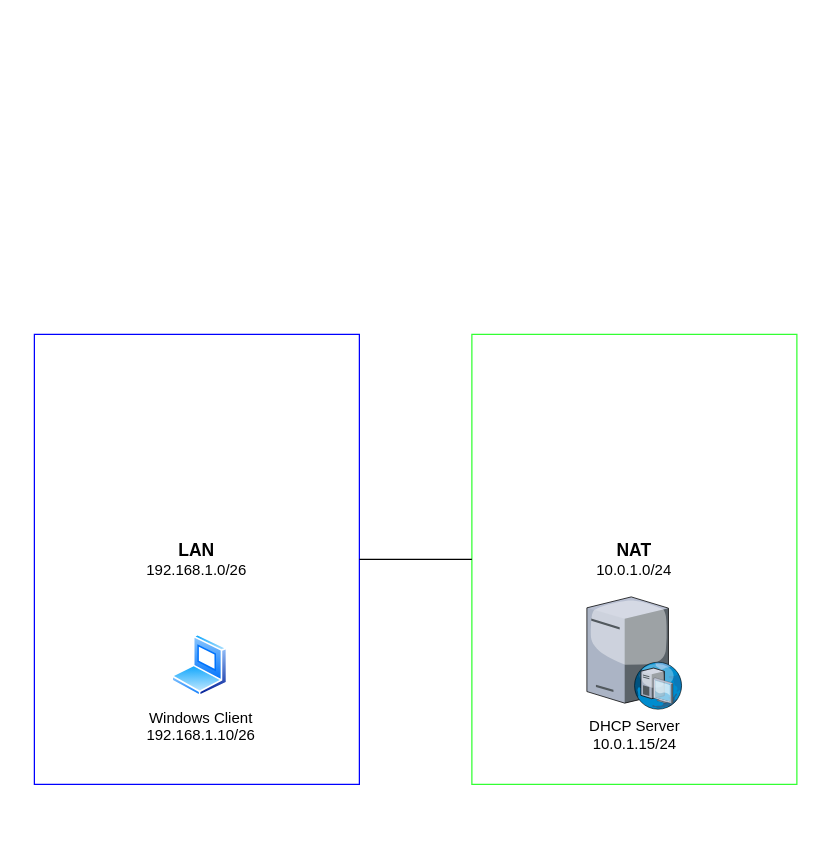
This is docs/drawio/plan.drawio from Sephley/docs, a draw.io file, before an edit. Source tidied: cells renumbered, new cells numbered last; positions are measured from the earlier drawing's top-left corner, leaving out a move shared by most shapes. Both pictures are drawn from the tidied source at 125%, with x=0, y=0 at pixel (34, 334).
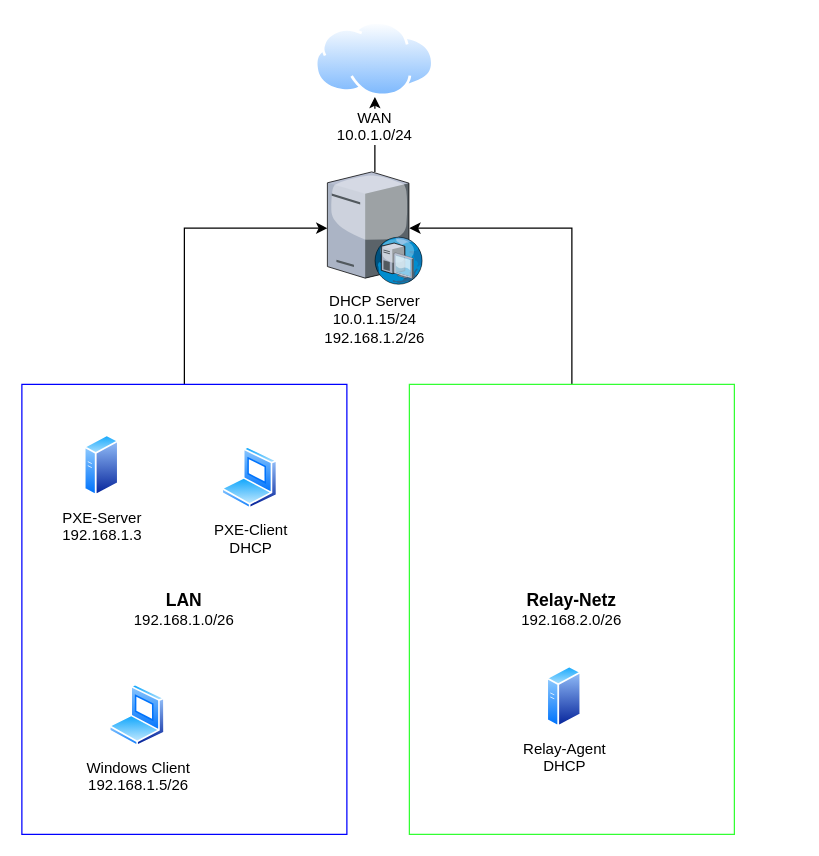
The same diagram, later.

Commit message (it also covers changes not shown here):
add gitignore and update dhcp

The edit, as a diff of the source:
```diff
@@
 <mxGraphModel>
   <root>
     <mxCell id="0" />
     <mxCell id="1" parent="0" />
-    <mxCell id="2" style="rounded=0;whiteSpace=wrap;html=1;strokeColor=none;" parent="1" vertex="1">
-      <mxGeometry width="610" height="360" as="geometry" />
-    </mxCell>
+    <mxCell id="8" style="edgeStyle=orthogonalEdgeStyle;rounded=0;jettySize=auto;html=1;" parent="1" edge="1" source="3" target="5">
+      <mxGeometry relative="1" as="geometry">
+        <Array as="points">
+          <mxPoint x="120" y="-85" />
+        </Array>
+      </mxGeometry>
+    </mxCell>
     <mxCell id="3" value="&lt;font style=&quot;font-size: 14px;&quot;&gt;&lt;b&gt;LAN&lt;/b&gt;&lt;/font&gt;&lt;div&gt;192.168.1.0/26&lt;/div&gt;" style="rounded=0;whiteSpace=wrap;html=1;strokeColor=#0000FF;fillColor=none;" parent="1" vertex="1">
-      <mxGeometry width="260" height="360" as="geometry" />
+      <mxGeometry x="-10" y="40" width="260" height="360" as="geometry" />
     </mxCell>
-    <mxCell id="4" value="&lt;b&gt;&lt;font style=&quot;font-size: 14px;&quot;&gt;NAT&lt;/font&gt;&lt;/b&gt;&lt;div&gt;10.0.1.0/24&lt;/div&gt;" style="rounded=0;whiteSpace=wrap;html=1;strokeColor=#33FF33;fillColor=none;" parent="1" vertex="1">
-      <mxGeometry x="350" width="260" height="360" as="geometry" />
-    </mxCell>
+    <mxCell id="9" style="edgeStyle=orthogonalEdgeStyle;rounded=0;jettySize=auto;html=1;" parent="1" edge="1" source="5" target="11">
+      <mxGeometry relative="1" as="geometry" />
+    </mxCell>
-    <mxCell id="5" value="DHCP Server&lt;div&gt;10.0.1.15/24&lt;/div&gt;" style="verticalLabelPosition=bottom;sketch=0;html=1;verticalAlign=top;strokeColor=none;align=center;outlineConnect=0;shape=mxgraph.citrix.dhcp_server;" parent="1" vertex="1">
-      <mxGeometry x="442" y="210" width="76" height="90" as="geometry" />
+    <mxCell id="5" value="DHCP Server&lt;div&gt;10.0.1.15/24&lt;/div&gt;&lt;div&gt;192.168.1.2/26&lt;/div&gt;" style="verticalLabelPosition=bottom;sketch=0;html=1;verticalAlign=top;strokeColor=none;align=center;outlineConnect=0;shape=mxgraph.citrix.dhcp_server;" parent="1" vertex="1">
+      <mxGeometry x="234.4" y="-130" width="76" height="90" as="geometry" />
     </mxCell>
-    <mxCell id="6" style="endArrow=none;html=1;rounded=0;exitX=1;exitY=0.5;exitDx=0;exitDy=0;entryX=0;entryY=0.5;entryDx=0;entryDy=0;" parent="1" edge="1" source="3" target="4">
-      <mxGeometry relative="1" as="geometry" />
-    </mxCell>
-    <mxCell id="7" value="Windows Client&lt;br&gt;192.168.1.10/26" style="image;perimeter=ellipsePerimeter;html=1;align=center;shadow=0;dashed=0;spacingTop=3;image=img/lib/active_directory/laptop_client.svg;" parent="1" vertex="1">
-      <mxGeometry x="110" y="240" width="45" height="50" as="geometry" />
+    <mxCell id="7" value="Windows Client&lt;br&gt;192.168.1.5/26" style="image;perimeter=ellipsePerimeter;html=1;align=center;shadow=0;dashed=0;spacingTop=3;image=img/lib/active_directory/laptop_client.svg;" parent="1" vertex="1">
+      <mxGeometry x="60" y="280" width="45" height="50" as="geometry" />
     </mxCell>
+    <mxCell id="10" value="PXE-Server&lt;div&gt;192.168.1.3&lt;/div&gt;" style="image;perimeter=ellipsePerimeter;html=1;align=center;shadow=0;dashed=0;spacingTop=3;image=img/lib/active_directory/generic_server.svg;" parent="1" vertex="1">
+      <mxGeometry x="40" y="80" width="28" height="50" as="geometry" />
+    </mxCell>
+    <mxCell id="11" value="WAN&lt;div&gt;10.0.1.0/24&lt;/div&gt;" style="image;perimeter=ellipsePerimeter;html=1;align=center;shadow=0;dashed=0;spacingTop=3;image=img/lib/active_directory/internet_cloud.svg;" parent="1" vertex="1">
+      <mxGeometry x="224.8" y="-250" width="95.2" height="60" as="geometry" />
+    </mxCell>
+    <mxCell id="12" value="PXE-Client&lt;div&gt;DHCP&lt;/div&gt;" style="image;perimeter=ellipsePerimeter;html=1;align=center;shadow=0;dashed=0;spacingTop=3;image=img/lib/active_directory/laptop_client.svg;" parent="1" vertex="1">
+      <mxGeometry x="150" y="90" width="45" height="50" as="geometry" />
+    </mxCell>
+    <mxCell id="13" style="edgeStyle=orthogonalEdgeStyle;rounded=0;jettySize=auto;html=1;entryX=0.863;entryY=0.5;entryDx=0;entryDy=0;entryPerimeter=0;" parent="1" edge="1" source="14" target="5">
+      <mxGeometry relative="1" as="geometry">
+        <Array as="points">
+          <mxPoint x="430" y="-85" />
+        </Array>
+      </mxGeometry>
+    </mxCell>
+    <mxCell id="14" value="&lt;span style=&quot;font-size: 14px;&quot;&gt;&lt;b&gt;Relay-Netz&lt;/b&gt;&lt;/span&gt;&lt;br&gt;&lt;div&gt;192.168.2.0/26&lt;/div&gt;" style="rounded=0;whiteSpace=wrap;html=1;strokeColor=#33FF33;fillColor=none;" parent="1" vertex="1">
+      <mxGeometry x="300" y="40" width="260" height="360" as="geometry" />
+    </mxCell>
+    <mxCell id="15" value="Relay-Agent&lt;div&gt;DHCP&lt;/div&gt;" style="image;perimeter=ellipsePerimeter;html=1;align=center;shadow=0;dashed=0;spacingTop=3;image=img/lib/active_directory/generic_server.svg;" parent="1" vertex="1">
+      <mxGeometry x="410" y="265" width="28" height="50" as="geometry" />
+    </mxCell>
   </root>
 </mxGraphModel>
```
